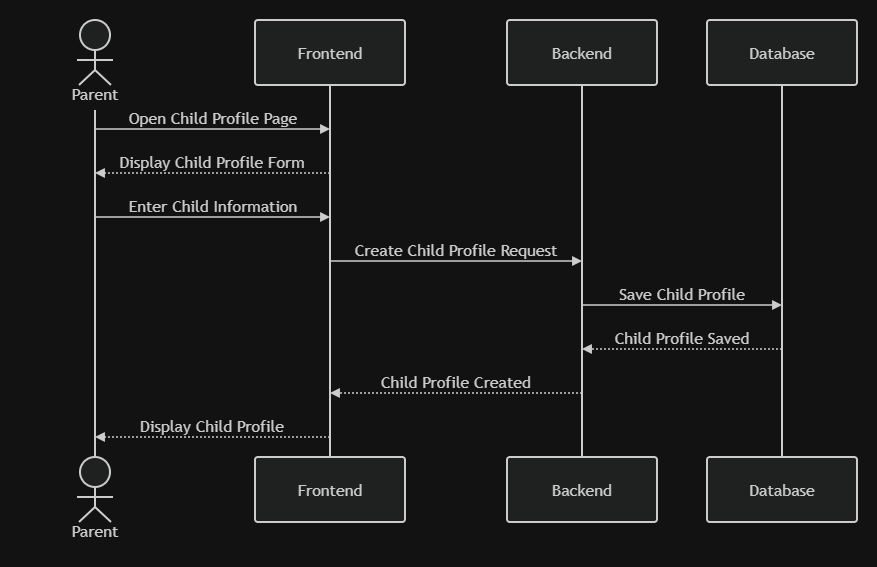
The draw.io diagram docs/requirements/SequenceDiagram/SequenceDiagram_CreateChildProfile_MVP_v1.0.png in khodadadipoone-boop/-Maniarverse-, before a commit. Source tidied: cells renumbered, new cells last; positions are measured from the earlier drawing's top-left corner, leaving out a move shared by most shapes. The source it was exported from:
```xml
<mxGraphModel>
  <root>
    <mxCell id="0" />
    <mxCell id="1" parent="0" />
    <mxCell id="2" style="group;transparentBounds=1;editIcon=1;lockedGroup=0;groupPadding=20;" parent="1" vertex="1">
      <mxGeometry as="geometry" />
    </mxCell>
    <mxCell id="3" value="Parent" style="html=1;shape=umlLifeline;perimeter=lifelinePerimeter;whiteSpace=wrap;newEdgeStyle={&quot;edgeStyle&quot;:&quot;elbowEdgeStyle&quot;,&quot;elbow&quot;:&quot;vertical&quot;,&quot;curved&quot;:0,&quot;rounded&quot;:0};lifelineDashed=0;strokeWidth=2;rounded=1;absoluteArcSize=1;arcSize=6;lifelineColor=light-dark(#9370DB,#cccccc);participant=seqActorStick;verticalAlign=bottom;align=center;spacingBottom=4;size=90;fillColor=light-dark(#ECECFF,#1f2020);strokeColor=light-dark(#9370DB,#cccccc);fontColor=light-dark(#333333,#cccccc);fontFamily=Trebuchet MS,Verdana,Arial,sans-serif;fontSize=16;" parent="2" vertex="1">
      <mxGeometry x="40" y="40" width="150" height="437" as="geometry" />
    </mxCell>
    <mxCell id="4" value="Parent" style="html=1;shape=umlLifeline;perimeter=lifelinePerimeter;whiteSpace=wrap;lifelineDashed=0;strokeWidth=2;rounded=1;absoluteArcSize=1;arcSize=6;lifelineColor=light-dark(#9370DB,#cccccc);size=90;participant=seqActorStick;verticalAlign=bottom;align=center;spacingBottom=4;fillColor=light-dark(#ECECFF,#1f2020);strokeColor=light-dark(#9370DB,#cccccc);fontColor=light-dark(#333333,#cccccc);fontFamily=Trebuchet MS,Verdana,Arial,sans-serif;fontSize=16;" parent="2" vertex="1">
      <mxGeometry x="40" y="477" width="150" height="90" as="geometry" />
    </mxCell>
    <mxCell id="5" value="Frontend" style="html=1;shape=umlLifeline;perimeter=lifelinePerimeter;whiteSpace=wrap;newEdgeStyle={&quot;edgeStyle&quot;:&quot;elbowEdgeStyle&quot;,&quot;elbow&quot;:&quot;vertical&quot;,&quot;curved&quot;:0,&quot;rounded&quot;:0};lifelineDashed=0;strokeWidth=2;rounded=1;absoluteArcSize=1;arcSize=6;lifelineColor=light-dark(#9370DB,#cccccc);size=65;fillColor=light-dark(#ECECFF,#1f2020);strokeColor=light-dark(#9370DB,#cccccc);fontColor=light-dark(#333333,#cccccc);fontFamily=Trebuchet MS,Verdana,Arial,sans-serif;fontSize=16;" parent="2" vertex="1">
      <mxGeometry x="275" y="40" width="150" height="437" as="geometry" />
    </mxCell>
    <mxCell id="6" value="Frontend" style="html=1;rounded=1;absoluteArcSize=1;arcSize=6;verticalAlign=middle;align=center;strokeWidth=2;whiteSpace=wrap;fillColor=light-dark(#ECECFF,#1f2020);strokeColor=light-dark(#9370DB,#cccccc);fontColor=light-dark(#333333,#cccccc);fontFamily=Trebuchet MS,Verdana,Arial,sans-serif;fontSize=16;" parent="2" vertex="1">
      <mxGeometry x="275" y="477" width="150" height="65" as="geometry" />
    </mxCell>
    <mxCell id="7" value="Backend" style="html=1;shape=umlLifeline;perimeter=lifelinePerimeter;whiteSpace=wrap;newEdgeStyle={&quot;edgeStyle&quot;:&quot;elbowEdgeStyle&quot;,&quot;elbow&quot;:&quot;vertical&quot;,&quot;curved&quot;:0,&quot;rounded&quot;:0};lifelineDashed=0;strokeWidth=2;rounded=1;absoluteArcSize=1;arcSize=6;lifelineColor=light-dark(#9370DB,#cccccc);size=65;fillColor=light-dark(#ECECFF,#1f2020);strokeColor=light-dark(#9370DB,#cccccc);fontColor=light-dark(#333333,#cccccc);fontFamily=Trebuchet MS,Verdana,Arial,sans-serif;fontSize=16;" parent="2" vertex="1">
      <mxGeometry x="527" y="40" width="150" height="437" as="geometry" />
    </mxCell>
    <mxCell id="8" value="Backend" style="html=1;rounded=1;absoluteArcSize=1;arcSize=6;verticalAlign=middle;align=center;strokeWidth=2;whiteSpace=wrap;fillColor=light-dark(#ECECFF,#1f2020);strokeColor=light-dark(#9370DB,#cccccc);fontColor=light-dark(#333333,#cccccc);fontFamily=Trebuchet MS,Verdana,Arial,sans-serif;fontSize=16;" parent="2" vertex="1">
      <mxGeometry x="527" y="477" width="150" height="65" as="geometry" />
    </mxCell>
    <mxCell id="9" value="Database" style="html=1;shape=umlLifeline;perimeter=lifelinePerimeter;whiteSpace=wrap;newEdgeStyle={&quot;edgeStyle&quot;:&quot;elbowEdgeStyle&quot;,&quot;elbow&quot;:&quot;vertical&quot;,&quot;curved&quot;:0,&quot;rounded&quot;:0};lifelineDashed=0;strokeWidth=2;rounded=1;absoluteArcSize=1;arcSize=6;lifelineColor=light-dark(#9370DB,#cccccc);size=65;fillColor=light-dark(#ECECFF,#1f2020);strokeColor=light-dark(#9370DB,#cccccc);fontColor=light-dark(#333333,#cccccc);fontFamily=Trebuchet MS,Verdana,Arial,sans-serif;fontSize=16;" parent="2" vertex="1">
      <mxGeometry x="727" y="40" width="150" height="437" as="geometry" />
    </mxCell>
    <mxCell id="10" value="Database" style="html=1;rounded=1;absoluteArcSize=1;arcSize=6;verticalAlign=middle;align=center;strokeWidth=2;whiteSpace=wrap;fillColor=light-dark(#ECECFF,#1f2020);strokeColor=light-dark(#9370DB,#cccccc);fontColor=light-dark(#333333,#cccccc);fontFamily=Trebuchet MS,Verdana,Arial,sans-serif;fontSize=16;" parent="2" vertex="1">
      <mxGeometry x="727" y="477" width="150" height="65" as="geometry" />
    </mxCell>
    <mxCell id="11" value="Open Child Profile Page" style="endArrow=block;verticalAlign=bottom;edgeStyle=elbowEdgeStyle;elbow=vertical;curved=0;rounded=0;fontSize=16;labelBackgroundColor=none;strokeWidth=1.5;strokeColor=light-dark(#333333,#cccccc);fontColor=light-dark(#333333,#cccccc);fontFamily=Trebuchet MS,Verdana,Arial,sans-serif;" parent="2" edge="1">
      <mxGeometry relative="1" as="geometry">
        <mxPoint x="115" y="149" as="sourcePoint" />
        <mxPoint x="350" y="149" as="targetPoint" />
        <Array as="points">
          <mxPoint x="233" y="149" />
        </Array>
      </mxGeometry>
    </mxCell>
    <mxCell id="12" value="Display Child Profile Form" style="dashed=1;fixDash=1;dashPattern=2 2;endArrow=block;verticalAlign=bottom;edgeStyle=elbowEdgeStyle;elbow=vertical;curved=0;rounded=0;fontSize=16;labelBackgroundColor=none;strokeWidth=1.5;strokeColor=light-dark(#333333,#cccccc);fontColor=light-dark(#333333,#cccccc);fontFamily=Trebuchet MS,Verdana,Arial,sans-serif;" parent="2" edge="1">
      <mxGeometry relative="1" as="geometry">
        <mxPoint x="350" y="193" as="sourcePoint" />
        <mxPoint x="115" y="193" as="targetPoint" />
        <Array as="points">
          <mxPoint x="233" y="193" />
        </Array>
      </mxGeometry>
    </mxCell>
    <mxCell id="13" value="Enter Child Information" style="endArrow=block;verticalAlign=bottom;edgeStyle=elbowEdgeStyle;elbow=vertical;curved=0;rounded=0;fontSize=16;labelBackgroundColor=none;strokeWidth=1.5;strokeColor=light-dark(#333333,#cccccc);fontColor=light-dark(#333333,#cccccc);fontFamily=Trebuchet MS,Verdana,Arial,sans-serif;" parent="2" edge="1">
      <mxGeometry relative="1" as="geometry">
        <mxPoint x="115" y="237" as="sourcePoint" />
        <mxPoint x="350" y="237" as="targetPoint" />
        <Array as="points">
          <mxPoint x="233" y="237" />
        </Array>
      </mxGeometry>
    </mxCell>
    <mxCell id="14" value="Create Child Profile Request" style="endArrow=block;verticalAlign=bottom;edgeStyle=elbowEdgeStyle;elbow=vertical;curved=0;rounded=0;fontSize=16;labelBackgroundColor=none;strokeWidth=1.5;strokeColor=light-dark(#333333,#cccccc);fontColor=light-dark(#333333,#cccccc);fontFamily=Trebuchet MS,Verdana,Arial,sans-serif;" parent="2" edge="1">
      <mxGeometry relative="1" as="geometry">
        <mxPoint x="350" y="281" as="sourcePoint" />
        <mxPoint x="602" y="281" as="targetPoint" />
        <Array as="points">
          <mxPoint x="476" y="281" />
        </Array>
      </mxGeometry>
    </mxCell>
    <mxCell id="15" value="Save Child Profile" style="endArrow=block;verticalAlign=bottom;edgeStyle=elbowEdgeStyle;elbow=vertical;curved=0;rounded=0;fontSize=16;labelBackgroundColor=none;strokeWidth=1.5;strokeColor=light-dark(#333333,#cccccc);fontColor=light-dark(#333333,#cccccc);fontFamily=Trebuchet MS,Verdana,Arial,sans-serif;" parent="2" edge="1">
      <mxGeometry relative="1" as="geometry">
        <mxPoint x="602" y="325" as="sourcePoint" />
        <mxPoint x="802" y="325" as="targetPoint" />
        <Array as="points">
          <mxPoint x="702" y="325" />
        </Array>
      </mxGeometry>
    </mxCell>
    <mxCell id="16" value="Child Profile Saved" style="dashed=1;fixDash=1;dashPattern=2 2;endArrow=block;verticalAlign=bottom;edgeStyle=elbowEdgeStyle;elbow=vertical;curved=0;rounded=0;fontSize=16;labelBackgroundColor=none;strokeWidth=1.5;strokeColor=light-dark(#333333,#cccccc);fontColor=light-dark(#333333,#cccccc);fontFamily=Trebuchet MS,Verdana,Arial,sans-serif;" parent="2" edge="1">
      <mxGeometry relative="1" as="geometry">
        <mxPoint x="802" y="369" as="sourcePoint" />
        <mxPoint x="602" y="369" as="targetPoint" />
        <Array as="points">
          <mxPoint x="702" y="369" />
        </Array>
      </mxGeometry>
    </mxCell>
    <mxCell id="17" value="Child Profile Created" style="dashed=1;fixDash=1;dashPattern=2 2;endArrow=block;verticalAlign=bottom;edgeStyle=elbowEdgeStyle;elbow=vertical;curved=0;rounded=0;fontSize=16;labelBackgroundColor=none;strokeWidth=1.5;strokeColor=light-dark(#333333,#cccccc);fontColor=light-dark(#333333,#cccccc);fontFamily=Trebuchet MS,Verdana,Arial,sans-serif;" parent="2" edge="1">
      <mxGeometry relative="1" as="geometry">
        <mxPoint x="602" y="413" as="sourcePoint" />
        <mxPoint x="350" y="413" as="targetPoint" />
        <Array as="points">
          <mxPoint x="476" y="413" />
        </Array>
      </mxGeometry>
    </mxCell>
    <mxCell id="18" value="Display Child Profile" style="dashed=1;fixDash=1;dashPattern=2 2;endArrow=block;verticalAlign=bottom;edgeStyle=elbowEdgeStyle;elbow=vertical;curved=0;rounded=0;fontSize=16;labelBackgroundColor=none;strokeWidth=1.5;strokeColor=light-dark(#333333,#cccccc);fontColor=light-dark(#333333,#cccccc);fontFamily=Trebuchet MS,Verdana,Arial,sans-serif;" parent="2" edge="1">
      <mxGeometry relative="1" as="geometry">
        <mxPoint x="350" y="457" as="sourcePoint" />
        <mxPoint x="115" y="457" as="targetPoint" />
        <Array as="points">
          <mxPoint x="233" y="457" />
        </Array>
      </mxGeometry>
    </mxCell>
  </root>
</mxGraphModel>
```
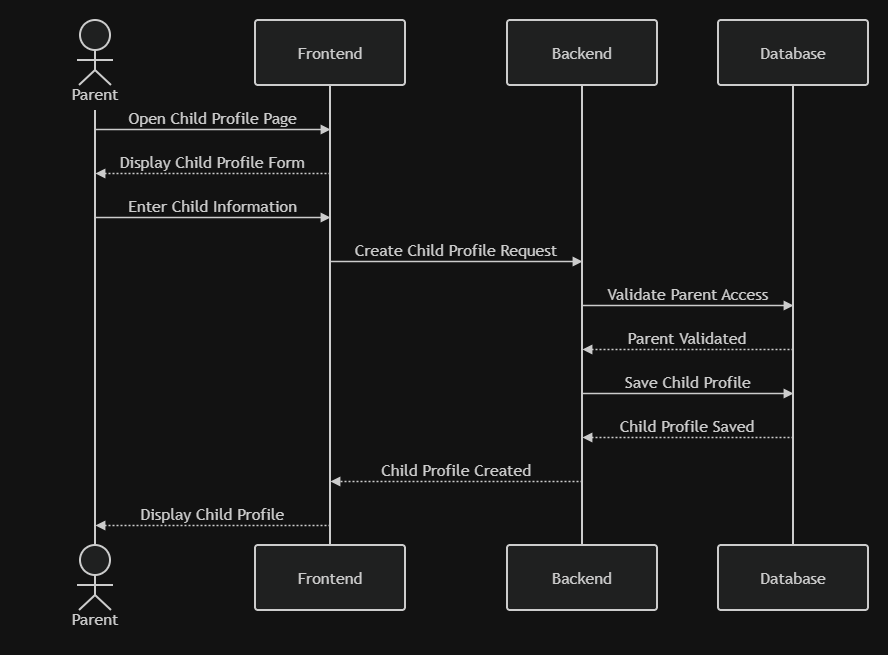
After the commit.

Commit message:
add parent access validation to create child profile sequence diagram

What changed in the source:
```diff
@@ -6,28 +6,28 @@
       <mxGeometry as="geometry" />
     </mxCell>
     <mxCell id="3" value="Parent" style="html=1;shape=umlLifeline;perimeter=lifelinePerimeter;whiteSpace=wrap;newEdgeStyle={&quot;edgeStyle&quot;:&quot;elbowEdgeStyle&quot;,&quot;elbow&quot;:&quot;vertical&quot;,&quot;curved&quot;:0,&quot;rounded&quot;:0};lifelineDashed=0;strokeWidth=2;rounded=1;absoluteArcSize=1;arcSize=6;lifelineColor=light-dark(#9370DB,#cccccc);participant=seqActorStick;verticalAlign=bottom;align=center;spacingBottom=4;size=90;fillColor=light-dark(#ECECFF,#1f2020);strokeColor=light-dark(#9370DB,#cccccc);fontColor=light-dark(#333333,#cccccc);fontFamily=Trebuchet MS,Verdana,Arial,sans-serif;fontSize=16;" parent="2" vertex="1">
-      <mxGeometry x="40" y="40" width="150" height="437" as="geometry" />
+      <mxGeometry x="40" y="40" width="150" height="525" as="geometry" />
     </mxCell>
     <mxCell id="4" value="Parent" style="html=1;shape=umlLifeline;perimeter=lifelinePerimeter;whiteSpace=wrap;lifelineDashed=0;strokeWidth=2;rounded=1;absoluteArcSize=1;arcSize=6;lifelineColor=light-dark(#9370DB,#cccccc);size=90;participant=seqActorStick;verticalAlign=bottom;align=center;spacingBottom=4;fillColor=light-dark(#ECECFF,#1f2020);strokeColor=light-dark(#9370DB,#cccccc);fontColor=light-dark(#333333,#cccccc);fontFamily=Trebuchet MS,Verdana,Arial,sans-serif;fontSize=16;" parent="2" vertex="1">
-      <mxGeometry x="40" y="477" width="150" height="90" as="geometry" />
+      <mxGeometry x="40" y="565" width="150" height="90" as="geometry" />
     </mxCell>
     <mxCell id="5" value="Frontend" style="html=1;shape=umlLifeline;perimeter=lifelinePerimeter;whiteSpace=wrap;newEdgeStyle={&quot;edgeStyle&quot;:&quot;elbowEdgeStyle&quot;,&quot;elbow&quot;:&quot;vertical&quot;,&quot;curved&quot;:0,&quot;rounded&quot;:0};lifelineDashed=0;strokeWidth=2;rounded=1;absoluteArcSize=1;arcSize=6;lifelineColor=light-dark(#9370DB,#cccccc);size=65;fillColor=light-dark(#ECECFF,#1f2020);strokeColor=light-dark(#9370DB,#cccccc);fontColor=light-dark(#333333,#cccccc);fontFamily=Trebuchet MS,Verdana,Arial,sans-serif;fontSize=16;" parent="2" vertex="1">
-      <mxGeometry x="275" y="40" width="150" height="437" as="geometry" />
+      <mxGeometry x="275" y="40" width="150" height="525" as="geometry" />
     </mxCell>
     <mxCell id="6" value="Frontend" style="html=1;rounded=1;absoluteArcSize=1;arcSize=6;verticalAlign=middle;align=center;strokeWidth=2;whiteSpace=wrap;fillColor=light-dark(#ECECFF,#1f2020);strokeColor=light-dark(#9370DB,#cccccc);fontColor=light-dark(#333333,#cccccc);fontFamily=Trebuchet MS,Verdana,Arial,sans-serif;fontSize=16;" parent="2" vertex="1">
-      <mxGeometry x="275" y="477" width="150" height="65" as="geometry" />
+      <mxGeometry x="275" y="565" width="150" height="65" as="geometry" />
     </mxCell>
     <mxCell id="7" value="Backend" style="html=1;shape=umlLifeline;perimeter=lifelinePerimeter;whiteSpace=wrap;newEdgeStyle={&quot;edgeStyle&quot;:&quot;elbowEdgeStyle&quot;,&quot;elbow&quot;:&quot;vertical&quot;,&quot;curved&quot;:0,&quot;rounded&quot;:0};lifelineDashed=0;strokeWidth=2;rounded=1;absoluteArcSize=1;arcSize=6;lifelineColor=light-dark(#9370DB,#cccccc);size=65;fillColor=light-dark(#ECECFF,#1f2020);strokeColor=light-dark(#9370DB,#cccccc);fontColor=light-dark(#333333,#cccccc);fontFamily=Trebuchet MS,Verdana,Arial,sans-serif;fontSize=16;" parent="2" vertex="1">
-      <mxGeometry x="527" y="40" width="150" height="437" as="geometry" />
+      <mxGeometry x="527" y="40" width="150" height="525" as="geometry" />
     </mxCell>
     <mxCell id="8" value="Backend" style="html=1;rounded=1;absoluteArcSize=1;arcSize=6;verticalAlign=middle;align=center;strokeWidth=2;whiteSpace=wrap;fillColor=light-dark(#ECECFF,#1f2020);strokeColor=light-dark(#9370DB,#cccccc);fontColor=light-dark(#333333,#cccccc);fontFamily=Trebuchet MS,Verdana,Arial,sans-serif;fontSize=16;" parent="2" vertex="1">
-      <mxGeometry x="527" y="477" width="150" height="65" as="geometry" />
+      <mxGeometry x="527" y="565" width="150" height="65" as="geometry" />
     </mxCell>
     <mxCell id="9" value="Database" style="html=1;shape=umlLifeline;perimeter=lifelinePerimeter;whiteSpace=wrap;newEdgeStyle={&quot;edgeStyle&quot;:&quot;elbowEdgeStyle&quot;,&quot;elbow&quot;:&quot;vertical&quot;,&quot;curved&quot;:0,&quot;rounded&quot;:0};lifelineDashed=0;strokeWidth=2;rounded=1;absoluteArcSize=1;arcSize=6;lifelineColor=light-dark(#9370DB,#cccccc);size=65;fillColor=light-dark(#ECECFF,#1f2020);strokeColor=light-dark(#9370DB,#cccccc);fontColor=light-dark(#333333,#cccccc);fontFamily=Trebuchet MS,Verdana,Arial,sans-serif;fontSize=16;" parent="2" vertex="1">
-      <mxGeometry x="727" y="40" width="150" height="437" as="geometry" />
+      <mxGeometry x="738" y="40" width="150" height="525" as="geometry" />
     </mxCell>
     <mxCell id="10" value="Database" style="html=1;rounded=1;absoluteArcSize=1;arcSize=6;verticalAlign=middle;align=center;strokeWidth=2;whiteSpace=wrap;fillColor=light-dark(#ECECFF,#1f2020);strokeColor=light-dark(#9370DB,#cccccc);fontColor=light-dark(#333333,#cccccc);fontFamily=Trebuchet MS,Verdana,Arial,sans-serif;fontSize=16;" parent="2" vertex="1">
-      <mxGeometry x="727" y="477" width="150" height="65" as="geometry" />
+      <mxGeometry x="738" y="565" width="150" height="65" as="geometry" />
     </mxCell>
     <mxCell id="11" value="Open Child Profile Page" style="endArrow=block;verticalAlign=bottom;edgeStyle=elbowEdgeStyle;elbow=vertical;curved=0;rounded=0;fontSize=16;labelBackgroundColor=none;strokeWidth=1.5;strokeColor=light-dark(#333333,#cccccc);fontColor=light-dark(#333333,#cccccc);fontFamily=Trebuchet MS,Verdana,Arial,sans-serif;" parent="2" edge="1">
       <mxGeometry relative="1" as="geometry">
@@ -65,39 +65,57 @@
         </Array>
       </mxGeometry>
     </mxCell>
+    <mxCell id="19" value="Validate Parent Access" style="endArrow=block;verticalAlign=bottom;edgeStyle=elbowEdgeStyle;elbow=vertical;curved=0;rounded=0;fontSize=16;labelBackgroundColor=none;strokeWidth=1.5;strokeColor=light-dark(#333333,#cccccc);fontColor=light-dark(#333333,#cccccc);fontFamily=Trebuchet MS,Verdana,Arial,sans-serif;" parent="2" edge="1">
+      <mxGeometry relative="1" as="geometry">
+        <mxPoint x="602" y="325" as="sourcePoint" />
+        <mxPoint x="813" y="325" as="targetPoint" />
+        <Array as="points">
+          <mxPoint x="708" y="325" />
+        </Array>
+      </mxGeometry>
+    </mxCell>
+    <mxCell id="20" value="Parent Validated" style="dashed=1;fixDash=1;dashPattern=2 2;endArrow=block;verticalAlign=bottom;edgeStyle=elbowEdgeStyle;elbow=vertical;curved=0;rounded=0;fontSize=16;labelBackgroundColor=none;strokeWidth=1.5;strokeColor=light-dark(#333333,#cccccc);fontColor=light-dark(#333333,#cccccc);fontFamily=Trebuchet MS,Verdana,Arial,sans-serif;" parent="2" edge="1">
+      <mxGeometry relative="1" as="geometry">
+        <mxPoint x="813" y="369" as="sourcePoint" />
+        <mxPoint x="602" y="369" as="targetPoint" />
+        <Array as="points">
+          <mxPoint x="708" y="369" />
+        </Array>
+      </mxGeometry>
+    </mxCell>
     <mxCell id="15" value="Save Child Profile" style="endArrow=block;verticalAlign=bottom;edgeStyle=elbowEdgeStyle;elbow=vertical;curved=0;rounded=0;fontSize=16;labelBackgroundColor=none;strokeWidth=1.5;strokeColor=light-dark(#333333,#cccccc);fontColor=light-dark(#333333,#cccccc);fontFamily=Trebuchet MS,Verdana,Arial,sans-serif;" parent="2" edge="1">
       <mxGeometry relative="1" as="geometry">
-        <mxPoint x="602" y="325" as="sourcePoint" />
-        <mxPoint x="802" y="325" as="targetPoint" />
+        <mxPoint x="602" y="413" as="sourcePoint" />
+        <mxPoint x="813" y="413" as="targetPoint" />
         <Array as="points">
-          <mxPoint x="702" y="325" />
+          <mxPoint x="708" y="413" />
         </Array>
       </mxGeometry>
     </mxCell>
     <mxCell id="16" value="Child Profile Saved" style="dashed=1;fixDash=1;dashPattern=2 2;endArrow=block;verticalAlign=bottom;edgeStyle=elbowEdgeStyle;elbow=vertical;curved=0;rounded=0;fontSize=16;labelBackgroundColor=none;strokeWidth=1.5;strokeColor=light-dark(#333333,#cccccc);fontColor=light-dark(#333333,#cccccc);fontFamily=Trebuchet MS,Verdana,Arial,sans-serif;" parent="2" edge="1">
       <mxGeometry relative="1" as="geometry">
-        <mxPoint x="802" y="369" as="sourcePoint" />
-        <mxPoint x="602" y="369" as="targetPoint" />
+        <mxPoint x="813" y="457" as="sourcePoint" />
+        <mxPoint x="602" y="457" as="targetPoint" />
         <Array as="points">
-          <mxPoint x="702" y="369" />
+          <mxPoint x="708" y="457" />
         </Array>
       </mxGeometry>
     </mxCell>
     <mxCell id="17" value="Child Profile Created" style="dashed=1;fixDash=1;dashPattern=2 2;endArrow=block;verticalAlign=bottom;edgeStyle=elbowEdgeStyle;elbow=vertical;curved=0;rounded=0;fontSize=16;labelBackgroundColor=none;strokeWidth=1.5;strokeColor=light-dark(#333333,#cccccc);fontColor=light-dark(#333333,#cccccc);fontFamily=Trebuchet MS,Verdana,Arial,sans-serif;" parent="2" edge="1">
       <mxGeometry relative="1" as="geometry">
-        <mxPoint x="602" y="413" as="sourcePoint" />
-        <mxPoint x="350" y="413" as="targetPoint" />
+        <mxPoint x="602" y="501" as="sourcePoint" />
+        <mxPoint x="350" y="501" as="targetPoint" />
         <Array as="points">
-          <mxPoint x="476" y="413" />
+          <mxPoint x="476" y="501" />
         </Array>
       </mxGeometry>
     </mxCell>
     <mxCell id="18" value="Display Child Profile" style="dashed=1;fixDash=1;dashPattern=2 2;endArrow=block;verticalAlign=bottom;edgeStyle=elbowEdgeStyle;elbow=vertical;curved=0;rounded=0;fontSize=16;labelBackgroundColor=none;strokeWidth=1.5;strokeColor=light-dark(#333333,#cccccc);fontColor=light-dark(#333333,#cccccc);fontFamily=Trebuchet MS,Verdana,Arial,sans-serif;" parent="2" edge="1">
       <mxGeometry relative="1" as="geometry">
-        <mxPoint x="350" y="457" as="sourcePoint" />
-        <mxPoint x="115" y="457" as="targetPoint" />
+        <mxPoint x="350" y="545" as="sourcePoint" />
+        <mxPoint x="115" y="545" as="targetPoint" />
         <Array as="points">
-          <mxPoint x="233" y="457" />
+          <mxPoint x="233" y="545" />
         </Array>
       </mxGeometry>
     </mxCell>
```
